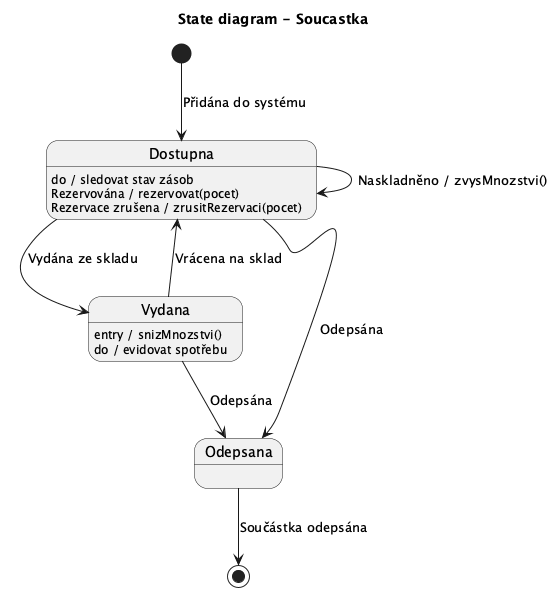
Before: docs/images/10_state_soucastka_projekt.png, a diagram exported from PlantUML (lkvapil/wms-elektronicke-soucastky).
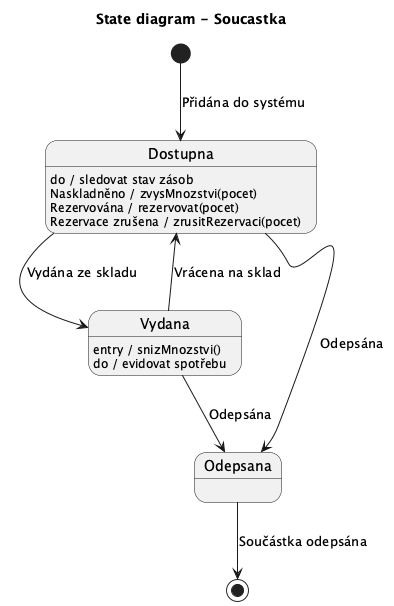
After the change.

Commit message:
Soucastka – Naskladněno přesunuto jako interní přechod v Dostupna

What changed in the source:
```diff
@@ -6,9 +6,9 @@
 [*] --> Dostupna : Přidána do systému
 
 Dostupna : do / sledovat stav zásob
+Dostupna : Naskladněno / zvysMnozstvi(pocet)
 Dostupna : Rezervována / rezervovat(pocet)
 Dostupna : Rezervace zrušena / zrusitRezervaci(pocet)
-Dostupna --> Dostupna : Naskladněno / zvysMnozstvi()
 Dostupna --> Vydana : Vydána ze skladu
 Dostupna --> Odepsana : Odepsána
 
```
